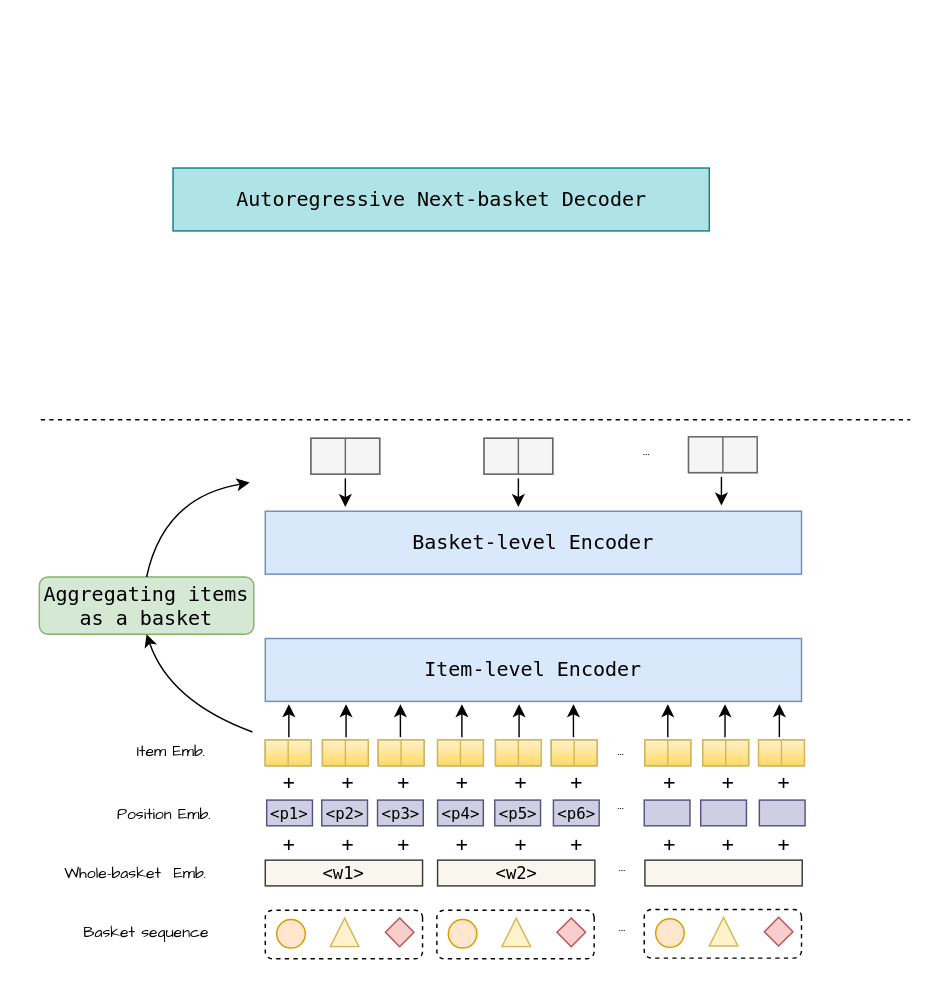
This is architect.drawio from wenqisun/data, a draw.io file, before an edit. Source tidied: cells renumbered, new cells numbered last; positions are measured from the earlier drawing's top-left corner, leaving out a move shared by most shapes. Both pictures are drawn from the tidied source at 143%, with x=0, y=0 at pixel (39, 167).
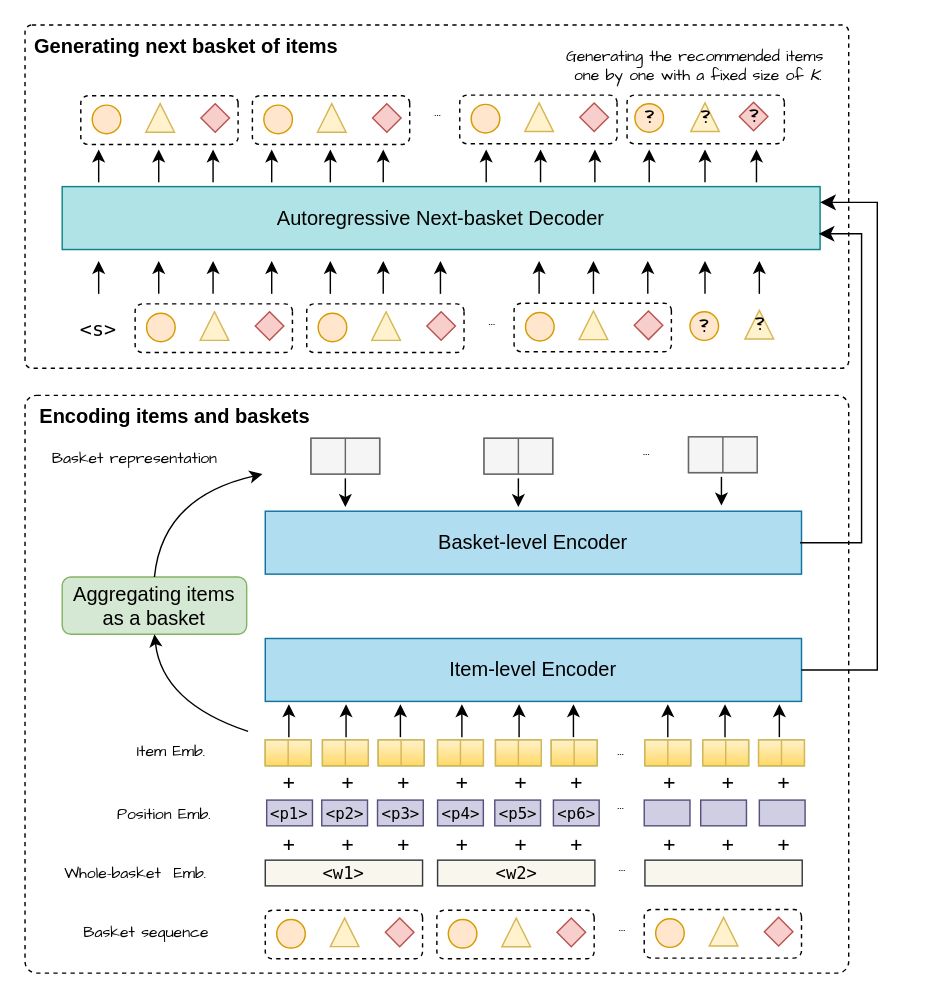
The same page after the edit.

What changed in the source:
```diff
@@
+    <mxCell id="108" style="rounded=1;whiteSpace=wrap;html=1;fontFamily=Comic Sans MS;fontSize=12;dashed=1;arcSize=2;" parent="1" vertex="1">
+      <mxGeometry x="-10" y="-100" width="576" height="240" as="geometry" />
+    </mxCell>
+    <mxCell id="109" style="rounded=1;whiteSpace=wrap;html=1;fontFamily=Comic Sans MS;fontSize=12;dashed=1;arcSize=2;" parent="1" vertex="1">
+      <mxGeometry x="-10" y="159" width="576" height="404" as="geometry" />
+    </mxCell>
+    <mxCell id="110" style="rounded=1;whiteSpace=wrap;html=1;dashed=1;direction=south;" parent="1" vertex="1">
+      <mxGeometry x="411" y="-51" width="110" height="34" as="geometry" />
+    </mxCell>
-    <mxCell id="2" value="&lt;font face=&quot;Lucida Console&quot;&gt;Aggregating items as a basket&lt;/font&gt;" style="rounded=1;whiteSpace=wrap;html=1;fontSize=14;fillColor=#d5e8d4;strokeColor=#82b366;" parent="1" vertex="1">
-      <mxGeometry y="286" width="150" height="40" as="geometry" />
+    <mxCell id="2" value="Aggregating items &lt;br&gt;as a basket" style="rounded=1;whiteSpace=wrap;html=1;fontSize=14;fillColor=#d5e8d4;strokeColor=#82b366;" parent="1" vertex="1">
+      <mxGeometry x="16" y="286" width="129" height="40" as="geometry" />
     </mxCell>
@@
-    <mxCell id="4" style="curved=1;endArrow=classic;html=1;rounded=0;fontFamily=Comic Sans MS;fontSize=14;entryX=0.5;entryY=1;entryDx=0;entryDy=0;exitX=-0.266;exitY=-0.311;exitDx=0;exitDy=0;exitPerimeter=0;" parent="1" edge="1" target="2">
+    <mxCell id="4" style="curved=1;endArrow=classic;html=1;rounded=0;fontFamily=Comic Sans MS;fontSize=14;entryX=0.5;entryY=1;entryDx=0;entryDy=0;" parent="1" edge="1" target="2">
       <mxGeometry relative="1" as="geometry">
-        <mxPoint x="149" y="394.4" as="sourcePoint" />
+        <mxPoint x="146" y="394" as="sourcePoint" />
         <Array as="points">
-          <mxPoint x="91" y="373" />
+          <mxPoint x="86" y="374" />
         </Array>
       </mxGeometry>
     </mxCell>
     <mxCell id="5" style="curved=1;endArrow=classic;html=1;rounded=0;fontFamily=Comic Sans MS;fontSize=14;exitX=0.5;exitY=0;exitDx=0;exitDy=0;" parent="1" edge="1" source="2">
       <mxGeometry relative="1" as="geometry">
-        <mxPoint x="147" y="220" as="targetPoint" />
+        <mxPoint x="156" y="214" as="targetPoint" />
         <Array as="points">
-          <mxPoint x="87" y="230" />
+          <mxPoint x="86" y="230" />
         </Array>
       </mxGeometry>
     </mxCell>
@@
-    <mxCell id="12" value="&lt;font face=&quot;Lucida Console&quot; style=&quot;font-size: 14px;&quot;&gt;Item-level Encoder&lt;/font&gt;" style="rounded=0;whiteSpace=wrap;html=1;fillColor=#dae8fc;strokeColor=#6c8ebf;" parent="1" vertex="1">
+    <mxCell id="12" value="&lt;font style=&quot;font-size: 14px;&quot;&gt;Item-level Encoder&lt;/font&gt;" style="rounded=0;whiteSpace=wrap;html=1;fillColor=#b1ddf0;strokeColor=#10739e;" parent="1" vertex="1">
       <mxGeometry x="158" y="329" width="375" height="44" as="geometry" />
     </mxCell>
@@
-    <mxCell id="95" value="&lt;font face=&quot;Lucida Console&quot; style=&quot;font-size: 14px;&quot;&gt;Basket-level Encoder&lt;/font&gt;" style="rounded=0;whiteSpace=wrap;html=1;fillColor=#dae8fc;strokeColor=#6c8ebf;" parent="1" vertex="1">
+    <mxCell id="95" value="&lt;font style=&quot;font-size: 14px;&quot;&gt;Basket-level Encoder&lt;/font&gt;" style="rounded=0;whiteSpace=wrap;html=1;fillColor=#b1ddf0;strokeColor=#10739e;" parent="1" vertex="1">
       <mxGeometry x="158" y="240" width="375" height="44" as="geometry" />
     </mxCell>
@@
-    <mxCell id="103" style="endArrow=none;dashed=1;html=1;rounded=0;fontFamily=Lucida Console;fontSize=12;" parent="1" edge="1">
-      <mxGeometry relative="1" as="geometry">
-        <mxPoint x="1" y="176" as="sourcePoint" />
-        <mxPoint x="609" y="176" as="targetPoint" />
-      </mxGeometry>
-    </mxCell>
@@
-    <mxCell id="107" value="&lt;font face=&quot;Lucida Console&quot; style=&quot;font-size: 14px;&quot;&gt;Autoregressive Next-basket Decoder&lt;/font&gt;" style="rounded=0;whiteSpace=wrap;html=1;fillColor=#b0e3e6;strokeColor=#0e8088;" parent="1" vertex="1">
-      <mxGeometry x="93.5" width="375" height="44" as="geometry" />
+    <mxCell id="107" value="&lt;font style=&quot;font-size: 14px;&quot;&gt;Autoregressive Next-basket Decoder&lt;/font&gt;" style="rounded=0;whiteSpace=wrap;html=1;fillColor=#b0e3e6;strokeColor=#0e8088;" parent="1" vertex="1">
+      <mxGeometry x="16" y="13" width="530" height="44" as="geometry" />
     </mxCell>
+    <mxCell id="111" style="rounded=1;whiteSpace=wrap;html=1;dashed=1;direction=south;" parent="1" vertex="1">
+      <mxGeometry x="67" y="95" width="110" height="34" as="geometry" />
+    </mxCell>
+    <mxCell id="112" style="ellipse;whiteSpace=wrap;html=1;fillColor=#ffe6cc;strokeColor=#d79b00;" parent="1" vertex="1">
+      <mxGeometry x="75" y="101.5" width="20" height="20" as="geometry" />
+    </mxCell>
+    <mxCell id="113" style="triangle;whiteSpace=wrap;html=1;fontFamily=Comic Sans MS;fontSize=14;direction=north;fillColor=#fff2cc;strokeColor=#d6b656;" parent="1" vertex="1">
+      <mxGeometry x="112.5" y="100.5" width="20" height="20" as="geometry" />
+    </mxCell>
+    <mxCell id="114" style="rhombus;whiteSpace=wrap;html=1;fontFamily=Comic Sans MS;fontSize=14;fillColor=#f8cecc;strokeColor=#b85450;" parent="1" vertex="1">
+      <mxGeometry x="151" y="100.5" width="20" height="20" as="geometry" />
+    </mxCell>
+    <mxCell id="115" value="&lt;p style=&quot;line-height: 0%;&quot;&gt;&lt;font face=&quot;Comic Sans MS&quot;&gt;&lt;span style=&quot;font-size: 11px;&quot;&gt;...&lt;/span&gt;&lt;/font&gt;&lt;/p&gt;" style="text;strokeColor=none;align=center;fillColor=none;html=1;verticalAlign=middle;whiteSpace=wrap;rounded=0;dashed=1;" parent="1" vertex="1">
+      <mxGeometry x="302" y="90.5" width="30" height="30" as="geometry" />
+    </mxCell>
+    <mxCell id="116" style="rounded=1;whiteSpace=wrap;html=1;dashed=1;direction=south;" parent="1" vertex="1">
+      <mxGeometry x="187" y="95" width="110" height="34" as="geometry" />
+    </mxCell>
+    <mxCell id="117" style="ellipse;whiteSpace=wrap;html=1;fillColor=#ffe6cc;strokeColor=#d79b00;" parent="1" vertex="1">
+      <mxGeometry x="195" y="101.5" width="20" height="20" as="geometry" />
+    </mxCell>
+    <mxCell id="118" style="triangle;whiteSpace=wrap;html=1;fontFamily=Comic Sans MS;fontSize=14;direction=north;fillColor=#fff2cc;strokeColor=#d6b656;" parent="1" vertex="1">
+      <mxGeometry x="232.5" y="100.5" width="20" height="20" as="geometry" />
+    </mxCell>
+    <mxCell id="119" style="rhombus;whiteSpace=wrap;html=1;fontFamily=Comic Sans MS;fontSize=14;fillColor=#f8cecc;strokeColor=#b85450;" parent="1" vertex="1">
+      <mxGeometry x="271" y="100.5" width="20" height="20" as="geometry" />
+    </mxCell>
+    <mxCell id="120" style="rounded=1;whiteSpace=wrap;html=1;dashed=1;direction=south;" parent="1" vertex="1">
+      <mxGeometry x="332" y="94.5" width="110" height="34" as="geometry" />
+    </mxCell>
+    <mxCell id="121" style="ellipse;whiteSpace=wrap;html=1;fillColor=#ffe6cc;strokeColor=#d79b00;" parent="1" vertex="1">
+      <mxGeometry x="340" y="101" width="20" height="20" as="geometry" />
+    </mxCell>
+    <mxCell id="122" style="triangle;whiteSpace=wrap;html=1;fontFamily=Comic Sans MS;fontSize=14;direction=north;fillColor=#fff2cc;strokeColor=#d6b656;" parent="1" vertex="1">
+      <mxGeometry x="377.5" y="100" width="20" height="20" as="geometry" />
+    </mxCell>
+    <mxCell id="123" style="rhombus;whiteSpace=wrap;html=1;fontFamily=Comic Sans MS;fontSize=14;fillColor=#f8cecc;strokeColor=#b85450;" parent="1" vertex="1">
+      <mxGeometry x="416" y="100" width="20" height="20" as="geometry" />
+    </mxCell>
+    <mxCell id="124" value="&amp;lt;s&amp;gt;" style="text;strokeColor=none;align=center;fillColor=none;html=1;verticalAlign=middle;whiteSpace=wrap;rounded=0;fontSize=14;fontFamily=Lucida Console;" parent="1" vertex="1">
+      <mxGeometry x="24" y="93" width="35" height="40" as="geometry" />
+    </mxCell>
+    <mxCell id="125" style="rounded=1;whiteSpace=wrap;html=1;dashed=1;direction=south;" parent="1" vertex="1">
+      <mxGeometry x="29" y="-50.5" width="110" height="34" as="geometry" />
+    </mxCell>
+    <mxCell id="126" style="ellipse;whiteSpace=wrap;html=1;fillColor=#ffe6cc;strokeColor=#d79b00;" parent="1" vertex="1">
+      <mxGeometry x="37" y="-44" width="20" height="20" as="geometry" />
+    </mxCell>
+    <mxCell id="127" style="triangle;whiteSpace=wrap;html=1;fontFamily=Comic Sans MS;fontSize=14;direction=north;fillColor=#fff2cc;strokeColor=#d6b656;" parent="1" vertex="1">
+      <mxGeometry x="74.5" y="-45" width="20" height="20" as="geometry" />
+    </mxCell>
+    <mxCell id="128" style="rhombus;whiteSpace=wrap;html=1;fontFamily=Comic Sans MS;fontSize=14;fillColor=#f8cecc;strokeColor=#b85450;" parent="1" vertex="1">
+      <mxGeometry x="113" y="-45" width="20" height="20" as="geometry" />
+    </mxCell>
+    <mxCell id="129" value="&lt;p style=&quot;line-height: 0%;&quot;&gt;&lt;font face=&quot;Comic Sans MS&quot;&gt;&lt;span style=&quot;font-size: 11px;&quot;&gt;...&lt;/span&gt;&lt;/font&gt;&lt;/p&gt;" style="text;strokeColor=none;align=center;fillColor=none;html=1;verticalAlign=middle;whiteSpace=wrap;rounded=0;dashed=1;" parent="1" vertex="1">
+      <mxGeometry x="264" y="-55" width="30" height="30" as="geometry" />
+    </mxCell>
+    <mxCell id="130" style="rounded=1;whiteSpace=wrap;html=1;dashed=1;direction=south;" parent="1" vertex="1">
+      <mxGeometry x="149" y="-50.5" width="110" height="34" as="geometry" />
+    </mxCell>
+    <mxCell id="131" style="ellipse;whiteSpace=wrap;html=1;fillColor=#ffe6cc;strokeColor=#d79b00;" parent="1" vertex="1">
+      <mxGeometry x="157" y="-44" width="20" height="20" as="geometry" />
+    </mxCell>
+    <mxCell id="132" style="triangle;whiteSpace=wrap;html=1;fontFamily=Comic Sans MS;fontSize=14;direction=north;fillColor=#fff2cc;strokeColor=#d6b656;" parent="1" vertex="1">
+      <mxGeometry x="194.5" y="-45" width="20" height="20" as="geometry" />
+    </mxCell>
+    <mxCell id="133" style="rhombus;whiteSpace=wrap;html=1;fontFamily=Comic Sans MS;fontSize=14;fillColor=#f8cecc;strokeColor=#b85450;" parent="1" vertex="1">
+      <mxGeometry x="233" y="-45" width="20" height="20" as="geometry" />
+    </mxCell>
+    <mxCell id="134" style="rounded=1;whiteSpace=wrap;html=1;dashed=1;direction=south;" parent="1" vertex="1">
+      <mxGeometry x="294" y="-51" width="110" height="34" as="geometry" />
+    </mxCell>
+    <mxCell id="135" style="ellipse;whiteSpace=wrap;html=1;fillColor=#ffe6cc;strokeColor=#d79b00;" parent="1" vertex="1">
+      <mxGeometry x="302" y="-44.5" width="20" height="20" as="geometry" />
+    </mxCell>
+    <mxCell id="136" style="triangle;whiteSpace=wrap;html=1;fontFamily=Comic Sans MS;fontSize=14;direction=north;fillColor=#fff2cc;strokeColor=#d6b656;" parent="1" vertex="1">
+      <mxGeometry x="339.5" y="-45.5" width="20" height="20" as="geometry" />
+    </mxCell>
+    <mxCell id="137" style="rhombus;whiteSpace=wrap;html=1;fontFamily=Comic Sans MS;fontSize=14;fillColor=#f8cecc;strokeColor=#b85450;" parent="1" vertex="1">
+      <mxGeometry x="378" y="-45.5" width="20" height="20" as="geometry" />
+    </mxCell>
+    <mxCell id="138" style="endArrow=classic;html=1;rounded=0;fontFamily=Comic Sans MS;fontSize=11;" parent="1" edge="1">
+      <mxGeometry relative="1" as="geometry">
+        <mxPoint x="41.5" y="88" as="sourcePoint" />
+        <mxPoint x="41.5" y="65" as="targetPoint" />
+      </mxGeometry>
+    </mxCell>
+    <mxCell id="139" style="endArrow=classic;html=1;rounded=0;fontFamily=Comic Sans MS;fontSize=11;" parent="1" edge="1">
+      <mxGeometry relative="1" as="geometry">
+        <mxPoint x="83.5" y="88" as="sourcePoint" />
+        <mxPoint x="83.5" y="65" as="targetPoint" />
+      </mxGeometry>
+    </mxCell>
+    <mxCell id="140" style="endArrow=classic;html=1;rounded=0;fontFamily=Comic Sans MS;fontSize=11;" parent="1" edge="1">
+      <mxGeometry relative="1" as="geometry">
+        <mxPoint x="121.5" y="88" as="sourcePoint" />
+        <mxPoint x="121.5" y="65" as="targetPoint" />
+      </mxGeometry>
+    </mxCell>
+    <mxCell id="141" style="endArrow=classic;html=1;rounded=0;fontFamily=Comic Sans MS;fontSize=11;" parent="1" edge="1">
+      <mxGeometry relative="1" as="geometry">
+        <mxPoint x="162.5" y="88" as="sourcePoint" />
+        <mxPoint x="162.5" y="65" as="targetPoint" />
+      </mxGeometry>
+    </mxCell>
+    <mxCell id="142" style="endArrow=classic;html=1;rounded=0;fontFamily=Comic Sans MS;fontSize=11;" parent="1" edge="1">
+      <mxGeometry relative="1" as="geometry">
+        <mxPoint x="203.5" y="88" as="sourcePoint" />
+        <mxPoint x="203.5" y="65" as="targetPoint" />
+      </mxGeometry>
+    </mxCell>
+    <mxCell id="143" style="endArrow=classic;html=1;rounded=0;fontFamily=Comic Sans MS;fontSize=11;" parent="1" edge="1">
+      <mxGeometry relative="1" as="geometry">
+        <mxPoint x="240.5" y="88" as="sourcePoint" />
+        <mxPoint x="240.5" y="65" as="targetPoint" />
+      </mxGeometry>
+    </mxCell>
+    <mxCell id="144" style="endArrow=classic;html=1;rounded=0;fontFamily=Comic Sans MS;fontSize=11;" parent="1" edge="1">
+      <mxGeometry relative="1" as="geometry">
+        <mxPoint x="280.5" y="88" as="sourcePoint" />
+        <mxPoint x="280.5" y="65" as="targetPoint" />
+      </mxGeometry>
+    </mxCell>
+    <mxCell id="145" style="endArrow=classic;html=1;rounded=0;fontFamily=Comic Sans MS;fontSize=11;" parent="1" edge="1">
+      <mxGeometry relative="1" as="geometry">
+        <mxPoint x="349.5" y="88" as="sourcePoint" />
+        <mxPoint x="349.5" y="65" as="targetPoint" />
+      </mxGeometry>
+    </mxCell>
+    <mxCell id="146" style="endArrow=classic;html=1;rounded=0;fontFamily=Comic Sans MS;fontSize=11;" parent="1" edge="1">
+      <mxGeometry relative="1" as="geometry">
+        <mxPoint x="387.5" y="88" as="sourcePoint" />
+        <mxPoint x="387.5" y="65" as="targetPoint" />
+      </mxGeometry>
+    </mxCell>
+    <mxCell id="147" style="endArrow=classic;html=1;rounded=0;fontFamily=Comic Sans MS;fontSize=11;" parent="1" edge="1">
+      <mxGeometry relative="1" as="geometry">
+        <mxPoint x="425.5" y="88" as="sourcePoint" />
+        <mxPoint x="425.5" y="65" as="targetPoint" />
+      </mxGeometry>
+    </mxCell>
+    <mxCell id="148" style="edgeStyle=elbowEdgeStyle;elbow=horizontal;endArrow=classic;html=1;curved=0;rounded=0;endSize=8;startSize=8;fontFamily=Lucida Console;fontSize=12;exitX=1;exitY=0.5;exitDx=0;exitDy=0;entryX=1;entryY=0.75;entryDx=0;entryDy=0;" parent="1" edge="1">
+      <mxGeometry relative="1" as="geometry">
+        <mxPoint x="532" y="262" as="sourcePoint" />
+        <mxPoint x="545" y="46" as="targetPoint" />
+        <Array as="points">
+          <mxPoint x="575" y="154" />
+        </Array>
+      </mxGeometry>
+    </mxCell>
+    <mxCell id="149" style="edgeStyle=elbowEdgeStyle;elbow=horizontal;endArrow=classic;html=1;curved=0;rounded=0;endSize=8;startSize=8;fontFamily=Lucida Console;fontSize=12;exitX=1;exitY=0.5;exitDx=0;exitDy=0;entryX=1;entryY=0.25;entryDx=0;entryDy=0;" parent="1" edge="1" source="12" target="107">
+      <mxGeometry relative="1" as="geometry">
+        <Array as="points">
+          <mxPoint x="586" y="184" />
+        </Array>
+      </mxGeometry>
+    </mxCell>
+    <mxCell id="150" style="endArrow=classic;html=1;rounded=0;fontFamily=Comic Sans MS;fontSize=11;" parent="1" edge="1">
+      <mxGeometry relative="1" as="geometry">
+        <mxPoint x="41.5" y="10" as="sourcePoint" />
+        <mxPoint x="41.5" y="-13" as="targetPoint" />
+      </mxGeometry>
+    </mxCell>
+    <mxCell id="151" style="endArrow=classic;html=1;rounded=0;fontFamily=Comic Sans MS;fontSize=11;" parent="1" edge="1">
+      <mxGeometry relative="1" as="geometry">
+        <mxPoint x="83.5" y="10" as="sourcePoint" />
+        <mxPoint x="83.5" y="-13" as="targetPoint" />
+      </mxGeometry>
+    </mxCell>
+    <mxCell id="152" style="endArrow=classic;html=1;rounded=0;fontFamily=Comic Sans MS;fontSize=11;" parent="1" edge="1">
+      <mxGeometry relative="1" as="geometry">
+        <mxPoint x="121.5" y="10" as="sourcePoint" />
+        <mxPoint x="121.5" y="-13" as="targetPoint" />
+      </mxGeometry>
+    </mxCell>
+    <mxCell id="153" style="endArrow=classic;html=1;rounded=0;fontFamily=Comic Sans MS;fontSize=11;" parent="1" edge="1">
+      <mxGeometry relative="1" as="geometry">
+        <mxPoint x="162.5" y="10" as="sourcePoint" />
+        <mxPoint x="162.5" y="-13" as="targetPoint" />
+      </mxGeometry>
+    </mxCell>
+    <mxCell id="154" style="endArrow=classic;html=1;rounded=0;fontFamily=Comic Sans MS;fontSize=11;" parent="1" edge="1">
+      <mxGeometry relative="1" as="geometry">
+        <mxPoint x="203.5" y="10" as="sourcePoint" />
+        <mxPoint x="203.5" y="-13" as="targetPoint" />
+      </mxGeometry>
+    </mxCell>
+    <mxCell id="155" style="endArrow=classic;html=1;rounded=0;fontFamily=Comic Sans MS;fontSize=11;" parent="1" edge="1">
+      <mxGeometry relative="1" as="geometry">
+        <mxPoint x="240.5" y="10" as="sourcePoint" />
+        <mxPoint x="240.5" y="-13" as="targetPoint" />
+      </mxGeometry>
+    </mxCell>
+    <mxCell id="156" style="endArrow=classic;html=1;rounded=0;fontFamily=Comic Sans MS;fontSize=11;" parent="1" edge="1">
+      <mxGeometry relative="1" as="geometry">
+        <mxPoint x="312.5" y="10" as="sourcePoint" />
+        <mxPoint x="312.5" y="-13" as="targetPoint" />
+      </mxGeometry>
+    </mxCell>
+    <mxCell id="157" style="endArrow=classic;html=1;rounded=0;fontFamily=Comic Sans MS;fontSize=11;" parent="1" edge="1">
+      <mxGeometry relative="1" as="geometry">
+        <mxPoint x="350.5" y="10" as="sourcePoint" />
+        <mxPoint x="350.5" y="-13" as="targetPoint" />
+      </mxGeometry>
+    </mxCell>
+    <mxCell id="158" style="endArrow=classic;html=1;rounded=0;fontFamily=Comic Sans MS;fontSize=11;" parent="1" edge="1">
+      <mxGeometry relative="1" as="geometry">
+        <mxPoint x="388.5" y="10" as="sourcePoint" />
+        <mxPoint x="388.5" y="-13" as="targetPoint" />
+      </mxGeometry>
+    </mxCell>
+    <mxCell id="159" style="endArrow=classic;html=1;rounded=0;fontFamily=Comic Sans MS;fontSize=11;" parent="1" edge="1">
+      <mxGeometry relative="1" as="geometry">
+        <mxPoint x="426.5" y="10" as="sourcePoint" />
+        <mxPoint x="426.5" y="-13" as="targetPoint" />
+      </mxGeometry>
+    </mxCell>
+    <mxCell id="160" value="&lt;font face=&quot;Comic Sans MS&quot;&gt;&lt;b&gt;?&lt;/b&gt;&lt;/font&gt;" style="ellipse;whiteSpace=wrap;html=1;fillColor=#ffe6cc;strokeColor=#d79b00;" parent="1" vertex="1">
+      <mxGeometry x="416.5" y="-45" width="20" height="20" as="geometry" />
+    </mxCell>
+    <mxCell id="161" value="&lt;font style=&quot;font-size: 12px;&quot;&gt;&lt;b&gt;?&lt;/b&gt;&lt;/font&gt;" style="rhombus;whiteSpace=wrap;html=1;fontFamily=Comic Sans MS;fontSize=14;fillColor=#f8cecc;strokeColor=#b85450;" parent="1" vertex="1">
+      <mxGeometry x="489.5" y="-46" width="20" height="20" as="geometry" />
+    </mxCell>
+    <mxCell id="162" value="&lt;font face=&quot;Comic Sans MS&quot;&gt;&lt;b&gt;?&lt;/b&gt;&lt;/font&gt;" style="ellipse;whiteSpace=wrap;html=1;fillColor=#ffe6cc;strokeColor=#d79b00;" parent="1" vertex="1">
+      <mxGeometry x="455" y="100.5" width="20" height="20" as="geometry" />
+    </mxCell>
+    <mxCell id="163" value="&lt;font style=&quot;font-size: 12px;&quot;&gt;&lt;b&gt;?&lt;/b&gt;&lt;/font&gt;" style="triangle;whiteSpace=wrap;html=1;fontFamily=Comic Sans MS;fontSize=14;direction=north;fillColor=#fff2cc;strokeColor=#d6b656;" parent="1" vertex="1">
+      <mxGeometry x="493.5" y="99.5" width="20" height="20" as="geometry" />
+    </mxCell>
+    <mxCell id="164" style="endArrow=classic;html=1;rounded=0;fontFamily=Comic Sans MS;fontSize=11;" parent="1" edge="1">
+      <mxGeometry relative="1" as="geometry">
+        <mxPoint x="465.5" y="88" as="sourcePoint" />
+        <mxPoint x="465.5" y="65" as="targetPoint" />
+      </mxGeometry>
+    </mxCell>
+    <mxCell id="165" style="endArrow=classic;html=1;rounded=0;fontFamily=Comic Sans MS;fontSize=11;" parent="1" edge="1">
+      <mxGeometry relative="1" as="geometry">
+        <mxPoint x="503.5" y="88" as="sourcePoint" />
+        <mxPoint x="503.5" y="65" as="targetPoint" />
+      </mxGeometry>
+    </mxCell>
+    <mxCell id="166" style="endArrow=classic;html=1;rounded=0;fontFamily=Comic Sans MS;fontSize=11;" parent="1" edge="1">
+      <mxGeometry relative="1" as="geometry">
+        <mxPoint x="465.5" y="10" as="sourcePoint" />
+        <mxPoint x="465.5" y="-13" as="targetPoint" />
+      </mxGeometry>
+    </mxCell>
+    <mxCell id="167" style="endArrow=classic;html=1;rounded=0;fontFamily=Comic Sans MS;fontSize=11;" parent="1" edge="1">
+      <mxGeometry relative="1" as="geometry">
+        <mxPoint x="501.5" y="10" as="sourcePoint" />
+        <mxPoint x="501.5" y="-13" as="targetPoint" />
+      </mxGeometry>
+    </mxCell>
+    <mxCell id="168" value="&lt;font face=&quot;Helvetica&quot; style=&quot;font-size: 14px;&quot;&gt;&lt;b style=&quot;&quot;&gt;Encoding items and baskets&lt;/b&gt;&lt;/font&gt;" style="text;strokeColor=none;align=center;fillColor=none;html=1;verticalAlign=middle;whiteSpace=wrap;rounded=0;fontSize=12;fontFamily=Comic Sans MS;" parent="1" vertex="1">
+      <mxGeometry x="-7" y="159" width="204" height="30" as="geometry" />
+    </mxCell>
+    <mxCell id="169" value="&lt;p style=&quot;line-height: 0%;&quot;&gt;&lt;font face=&quot;Comic Sans MS&quot;&gt;&lt;span style=&quot;font-size: 11px;&quot;&gt;Basket representation&lt;/span&gt;&lt;/font&gt;&lt;/p&gt;" style="text;strokeColor=none;align=center;fillColor=none;html=1;verticalAlign=middle;whiteSpace=wrap;rounded=0;dashed=1;" parent="1" vertex="1">
+      <mxGeometry x="-3" y="188" width="140" height="30" as="geometry" />
+    </mxCell>
+    <mxCell id="170" value="&lt;font face=&quot;Helvetica&quot; style=&quot;font-size: 14px;&quot;&gt;&lt;b style=&quot;&quot;&gt;Generating next basket of items&lt;/b&gt;&lt;/font&gt;" style="text;strokeColor=none;align=center;fillColor=none;html=1;verticalAlign=middle;whiteSpace=wrap;rounded=0;fontSize=12;fontFamily=Comic Sans MS;" parent="1" vertex="1">
+      <mxGeometry x="-10" y="-100" width="226" height="30" as="geometry" />
+    </mxCell>
+    <mxCell id="171" value="&lt;p style=&quot;line-height: 0%;&quot;&gt;&lt;font face=&quot;Comic Sans MS&quot;&gt;&lt;span style=&quot;font-size: 11px;&quot;&gt;Generating the recommended&amp;nbsp;&lt;/span&gt;&lt;/font&gt;&lt;font style=&quot;background-color: initial;&quot; face=&quot;Comic Sans MS&quot;&gt;&lt;span style=&quot;font-size: 11px;&quot;&gt;items&amp;nbsp;&lt;/span&gt;&lt;/font&gt;&lt;/p&gt;&lt;p style=&quot;line-height: 0%;&quot;&gt;&lt;span style=&quot;background-color: initial; font-size: 11px; font-family: &amp;quot;Comic Sans MS&amp;quot;;&quot;&gt;one by one&amp;nbsp;&lt;/span&gt;&lt;span style=&quot;background-color: initial; font-size: 11px; font-family: &amp;quot;Comic Sans MS&amp;quot;;&quot;&gt;with a fixed size of &lt;/span&gt;&lt;i style=&quot;background-color: initial; font-size: 11px; font-family: &amp;quot;Comic Sans MS&amp;quot;;&quot;&gt;K&lt;/i&gt;&lt;span style=&quot;background-color: initial; font-size: 11px; font-family: &amp;quot;Comic Sans MS&amp;quot;;&quot;&gt;.&lt;/span&gt;&lt;/p&gt;" style="text;strokeColor=none;align=center;fillColor=none;html=1;verticalAlign=middle;whiteSpace=wrap;rounded=0;dashed=1;" parent="1" vertex="1">
+      <mxGeometry x="351" y="-100" width="220" height="56" as="geometry" />
+    </mxCell>
+    <mxCell id="172" value="&lt;font style=&quot;font-size: 12px;&quot;&gt;&lt;b&gt;?&lt;/b&gt;&lt;/font&gt;" style="triangle;whiteSpace=wrap;html=1;fontFamily=Comic Sans MS;fontSize=14;direction=north;fillColor=#fff2cc;strokeColor=#d6b656;" parent="1" vertex="1">
+      <mxGeometry x="455.5" y="-45.5" width="20" height="20" as="geometry" />
+    </mxCell>
```
